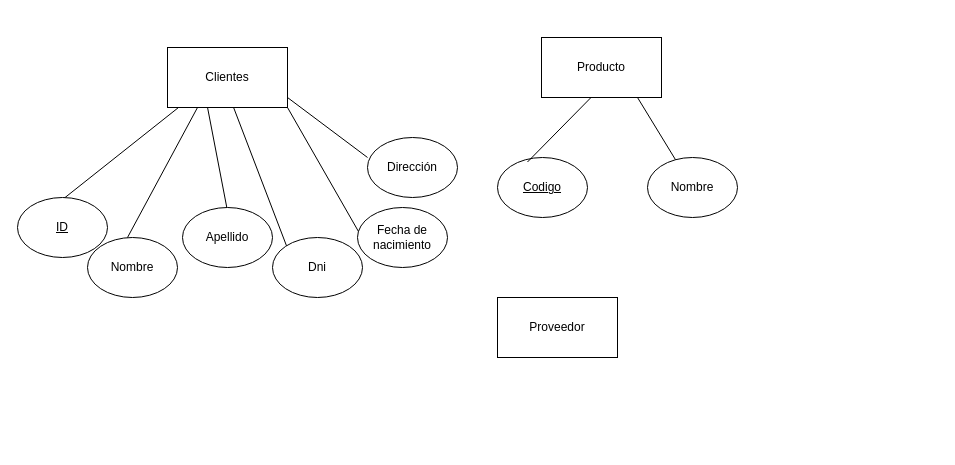
The draw.io diagram ej1.drawio in kevinld93/Tienda, before the edit. Source tidied: cells renumbered, new cells numbered last; positions are measured from the earlier drawing's top-left corner, leaving out a move shared by most shapes. Both pictures are drawn from the tidied source at 100%, with x=0, y=0 at pixel (17, 37).
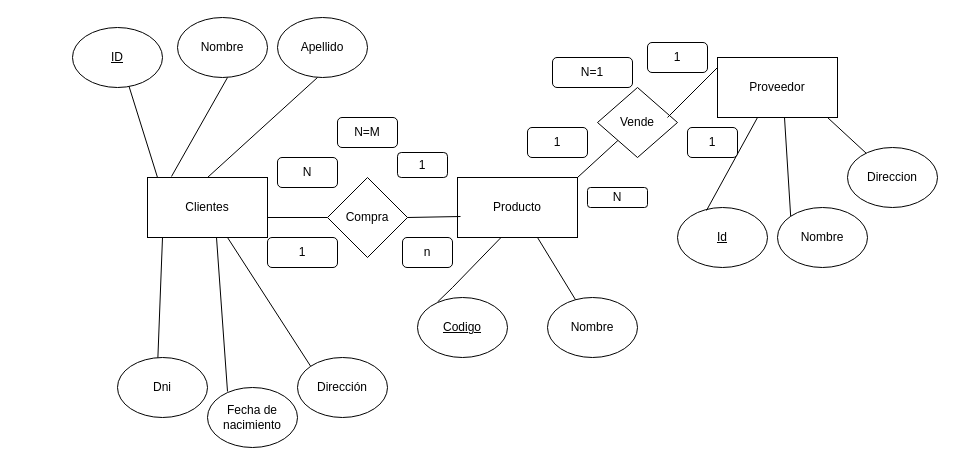
Above is the later version.

Diff of the diagram source:
```diff
@@
     <mxCell id="2" value="Clientes" style="rounded=0;whiteSpace=wrap;html=1;" parent="1" vertex="1">
-      <mxGeometry x="150" y="10" width="120" height="60" as="geometry" />
+      <mxGeometry x="130" y="140" width="120" height="60" as="geometry" />
     </mxCell>
     <mxCell id="3" style="endArrow=none;html=1;rounded=0;" parent="1" edge="1">
       <mxGeometry relative="1" as="geometry">
-        <mxPoint x="270" y="210.9" as="sourcePoint" />
-        <mxPoint x="216.1" y="70" as="targetPoint" />
+        <mxPoint x="140" y="330" as="sourcePoint" />
+        <mxPoint x="145" y="200" as="targetPoint" />
       </mxGeometry>
     </mxCell>
     <mxCell id="4" style="endArrow=none;html=1;rounded=0;exitX=0.767;exitY=0.1;exitDx=0;exitDy=0;exitPerimeter=0;" parent="1" edge="1">
       <mxGeometry relative="1" as="geometry">
-        <mxPoint x="40" y="166" as="sourcePoint" />
-        <mxPoint x="161" y="70" as="targetPoint" />
+        <mxPoint x="140" y="140" as="sourcePoint" />
+        <mxPoint x="110" y="44" as="targetPoint" />
       </mxGeometry>
     </mxCell>
     <mxCell id="5" value="&lt;u&gt;ID&lt;/u&gt;" style="ellipse;whiteSpace=wrap;html=1;" parent="1" vertex="1">
-      <mxGeometry y="160" width="90" height="60" as="geometry" />
+      <mxGeometry x="55" y="-10" width="90" height="60" as="geometry" />
     </mxCell>
     <mxCell id="6" value="Dni" style="ellipse;whiteSpace=wrap;html=1;" parent="1" vertex="1">
-      <mxGeometry x="255" y="200" width="90" height="60" as="geometry" />
+      <mxGeometry x="100" y="320" width="90" height="60" as="geometry" />
     </mxCell>
     <mxCell id="7" value="Nombre" style="ellipse;whiteSpace=wrap;html=1;" parent="1" vertex="1">
-      <mxGeometry x="70" y="200" width="90" height="60" as="geometry" />
+      <mxGeometry x="160" y="-20" width="90" height="60" as="geometry" />
     </mxCell>
     <mxCell id="8" value="Fecha de nacimiento" style="ellipse;whiteSpace=wrap;html=1;" parent="1" vertex="1">
-      <mxGeometry x="340" y="170" width="90" height="60" as="geometry" />
+      <mxGeometry x="190" y="350" width="90" height="60" as="geometry" />
     </mxCell>
-    <mxCell id="9" style="endArrow=none;html=1;rounded=0;exitX=0.011;exitY=0.4;exitDx=0;exitDy=0;exitPerimeter=0;" parent="1" edge="1" source="8">
+    <mxCell id="9" style="endArrow=none;html=1;rounded=0;" parent="1" edge="1">
       <mxGeometry relative="1" as="geometry">
-        <mxPoint x="270" y="70" as="targetPoint" />
+        <mxPoint x="210" y="354" as="sourcePoint" />
+        <mxPoint x="199" y="200" as="targetPoint" />
       </mxGeometry>
     </mxCell>
     <mxCell id="10" value="Producto" style="rounded=0;whiteSpace=wrap;html=1;" parent="1" vertex="1">
-      <mxGeometry x="524" width="120" height="60" as="geometry" />
+      <mxGeometry x="440" y="140" width="120" height="60" as="geometry" />
     </mxCell>
     <mxCell id="11" value="Apellido" style="ellipse;whiteSpace=wrap;html=1;" parent="1" vertex="1">
-      <mxGeometry x="165" y="170" width="90" height="60" as="geometry" />
+      <mxGeometry x="260" y="-20" width="90" height="60" as="geometry" />
     </mxCell>
-    <mxCell id="12" style="endArrow=none;html=1;rounded=0;" parent="1" edge="1">
-      <mxGeometry relative="1" as="geometry">
-        <mxPoint x="190" y="69.8" as="sourcePoint" />
-        <mxPoint x="209.3" y="170" as="targetPoint" />
-      </mxGeometry>
-    </mxCell>
     <mxCell id="13" value="Dirección" style="ellipse;whiteSpace=wrap;html=1;" parent="1" vertex="1">
-      <mxGeometry x="350" y="100" width="90" height="60" as="geometry" />
+      <mxGeometry x="280" y="320" width="90" height="60" as="geometry" />
     </mxCell>
-    <mxCell id="14" style="endArrow=none;html=1;rounded=0;entryX=0.25;entryY=1;entryDx=0;entryDy=0;" parent="1" edge="1" target="2">
-      <mxGeometry relative="1" as="geometry">
-        <mxPoint x="110" y="200" as="sourcePoint" />
-      </mxGeometry>
-    </mxCell>
-    <mxCell id="15" style="endArrow=none;html=1;rounded=0;exitX=0;exitY=0.333;exitDx=0;exitDy=0;exitPerimeter=0;" parent="1" edge="1" source="13">
+    <mxCell id="15" style="endArrow=none;html=1;rounded=0;exitX=0;exitY=0;exitDx=0;exitDy=0;" parent="1" edge="1" source="13">
       <mxGeometry relative="1" as="geometry">
-        <mxPoint x="270" y="60" as="targetPoint" />
+        <mxPoint x="210" y="200" as="targetPoint" />
       </mxGeometry>
     </mxCell>
     <mxCell id="16" value="&lt;u&gt;Codigo&lt;/u&gt;" style="ellipse;whiteSpace=wrap;html=1;" parent="1" vertex="1">
-      <mxGeometry x="480" y="120" width="90" height="60" as="geometry" />
+      <mxGeometry x="400" y="260" width="90" height="60" as="geometry" />
     </mxCell>
     <mxCell id="17" value="Nombre" style="ellipse;whiteSpace=wrap;html=1;" parent="1" vertex="1">
-      <mxGeometry x="630" y="120" width="90" height="60" as="geometry" />
+      <mxGeometry x="530" y="260" width="90" height="60" as="geometry" />
     </mxCell>
-    <mxCell id="18" style="endArrow=none;html=1;rounded=0;exitX=0.333;exitY=0.075;exitDx=0;exitDy=0;exitPerimeter=0;" parent="1" edge="1" source="16">
+    <mxCell id="18" style="endArrow=none;html=1;rounded=0;exitX=0.333;exitY=0.075;exitDx=0;exitDy=0;exitPerimeter=0;" parent="1" edge="1">
       <mxGeometry relative="1" as="geometry">
-        <mxPoint x="573.5" y="60" as="targetPoint" />
+        <mxPoint x="420" y="264.5" as="sourcePoint" />
+        <mxPoint x="483.5" y="200" as="targetPoint" />
+        <Array as="points">
+          <mxPoint x="435" y="250" />
+        </Array>
       </mxGeometry>
     </mxCell>
     <mxCell id="19" style="endArrow=none;html=1;rounded=0;" parent="1" edge="1" source="17">
       <mxGeometry relative="1" as="geometry">
-        <mxPoint x="620" y="60" as="targetPoint" />
+        <mxPoint x="520" y="200" as="targetPoint" />
       </mxGeometry>
     </mxCell>
     <mxCell id="20" value="Proveedor" style="rounded=0;whiteSpace=wrap;html=1;" parent="1" vertex="1">
-      <mxGeometry x="480" y="260" width="120" height="60" as="geometry" />
+      <mxGeometry x="700" y="20" width="120" height="60" as="geometry" />
     </mxCell>
+    <mxCell id="21" style="endArrow=none;html=1;rounded=0;exitX=0.2;exitY=-0.017;exitDx=0;exitDy=0;exitPerimeter=0;" parent="1" edge="1" source="2">
+      <mxGeometry relative="1" as="geometry">
+        <mxPoint x="210" y="40" as="targetPoint" />
+      </mxGeometry>
+    </mxCell>
+    <mxCell id="22" style="endArrow=none;html=1;rounded=0;exitX=0.5;exitY=0;exitDx=0;exitDy=0;" parent="1" edge="1" source="2">
+      <mxGeometry relative="1" as="geometry">
+        <mxPoint x="300" y="40" as="targetPoint" />
+      </mxGeometry>
+    </mxCell>
+    <mxCell id="23" style="endArrow=none;html=1;rounded=0;" parent="1" edge="1" target="24">
+      <mxGeometry relative="1" as="geometry">
+        <mxPoint x="250" y="180" as="sourcePoint" />
+      </mxGeometry>
+    </mxCell>
+    <mxCell id="24" value="Compra" style="rhombus;whiteSpace=wrap;html=1;" parent="1" vertex="1">
+      <mxGeometry x="310" y="140" width="80" height="80" as="geometry" />
+    </mxCell>
+    <mxCell id="25" style="endArrow=none;html=1;rounded=0;entryX=0.025;entryY=0.65;entryDx=0;entryDy=0;entryPerimeter=0;" parent="1" edge="1" target="10">
+      <mxGeometry relative="1" as="geometry">
+        <mxPoint x="390" y="180" as="sourcePoint" />
+      </mxGeometry>
+    </mxCell>
+    <mxCell id="26" value="&lt;u&gt;Id&lt;/u&gt;" style="ellipse;whiteSpace=wrap;html=1;" parent="1" vertex="1">
+      <mxGeometry x="660" y="170" width="90" height="60" as="geometry" />
+    </mxCell>
+    <mxCell id="27" value="Nombre" style="ellipse;whiteSpace=wrap;html=1;" parent="1" vertex="1">
+      <mxGeometry x="760" y="170" width="90" height="60" as="geometry" />
+    </mxCell>
+    <mxCell id="28" style="endArrow=none;html=1;rounded=0;exitX=0.322;exitY=0.05;exitDx=0;exitDy=0;exitPerimeter=0;" parent="1" edge="1" source="26">
+      <mxGeometry relative="1" as="geometry">
+        <mxPoint x="740" y="80" as="targetPoint" />
+      </mxGeometry>
+    </mxCell>
+    <mxCell id="29" style="endArrow=none;html=1;rounded=0;exitX=0;exitY=0;exitDx=0;exitDy=0;" parent="1" edge="1" source="27">
+      <mxGeometry relative="1" as="geometry">
+        <mxPoint x="767" y="80" as="targetPoint" />
+      </mxGeometry>
+    </mxCell>
+    <mxCell id="30" value="Direccion" style="ellipse;whiteSpace=wrap;html=1;" parent="1" vertex="1">
+      <mxGeometry x="830" y="110" width="90" height="60" as="geometry" />
+    </mxCell>
+    <mxCell id="31" style="endArrow=none;html=1;rounded=0;" parent="1" edge="1" source="30">
+      <mxGeometry relative="1" as="geometry">
+        <mxPoint x="810" y="80" as="targetPoint" />
+      </mxGeometry>
+    </mxCell>
+    <mxCell id="32" style="endArrow=none;html=1;rounded=0;" parent="1" edge="1" target="33">
+      <mxGeometry relative="1" as="geometry">
+        <mxPoint x="560" y="140" as="sourcePoint" />
+      </mxGeometry>
+    </mxCell>
+    <mxCell id="33" value="Vende" style="rhombus;whiteSpace=wrap;html=1;" parent="1" vertex="1">
+      <mxGeometry x="580" y="50" width="80" height="70" as="geometry" />
+    </mxCell>
+    <mxCell id="34" style="endArrow=none;html=1;rounded=0;" parent="1" edge="1">
+      <mxGeometry relative="1" as="geometry">
+        <mxPoint x="650" y="80" as="sourcePoint" />
+        <mxPoint x="700" y="30" as="targetPoint" />
+      </mxGeometry>
+    </mxCell>
+    <mxCell id="35" value="N" style="rounded=1;whiteSpace=wrap;html=1;" parent="1" vertex="1">
+      <mxGeometry x="260" y="120" width="60" height="30" as="geometry" />
+    </mxCell>
+    <mxCell id="36" value="1" style="rounded=1;whiteSpace=wrap;html=1;" parent="1" vertex="1">
+      <mxGeometry x="380" y="115" width="50" height="25" as="geometry" />
+    </mxCell>
+    <mxCell id="37" value="1" style="rounded=1;whiteSpace=wrap;html=1;" parent="1" vertex="1">
+      <mxGeometry x="250" y="200" width="70" height="30" as="geometry" />
+    </mxCell>
+    <mxCell id="38" value="n" style="rounded=1;whiteSpace=wrap;html=1;" parent="1" vertex="1">
+      <mxGeometry x="385" y="200" width="50" height="30" as="geometry" />
+    </mxCell>
+    <mxCell id="39" value="N=M" style="rounded=1;whiteSpace=wrap;html=1;" parent="1" vertex="1">
+      <mxGeometry x="320" y="80" width="60" height="30" as="geometry" />
+    </mxCell>
+    <mxCell id="40" value="N=1" style="rounded=1;whiteSpace=wrap;html=1;" parent="1" vertex="1">
+      <mxGeometry x="535" y="20" width="80" height="30" as="geometry" />
+    </mxCell>
+    <mxCell id="41" value="1" style="rounded=1;whiteSpace=wrap;html=1;" parent="1" vertex="1">
+      <mxGeometry x="510" y="90" width="60" height="30" as="geometry" />
+    </mxCell>
+    <mxCell id="42" value="N" style="rounded=1;whiteSpace=wrap;html=1;" parent="1" vertex="1">
+      <mxGeometry x="570" y="150" width="60" height="20" as="geometry" />
+    </mxCell>
+    <mxCell id="43" value="1" style="rounded=1;whiteSpace=wrap;html=1;" parent="1" vertex="1">
+      <mxGeometry x="630" y="5" width="60" height="30" as="geometry" />
+    </mxCell>
+    <mxCell id="44" value="1" style="rounded=1;whiteSpace=wrap;html=1;" parent="1" vertex="1">
+      <mxGeometry x="670" y="90" width="50" height="30" as="geometry" />
+    </mxCell>
```
